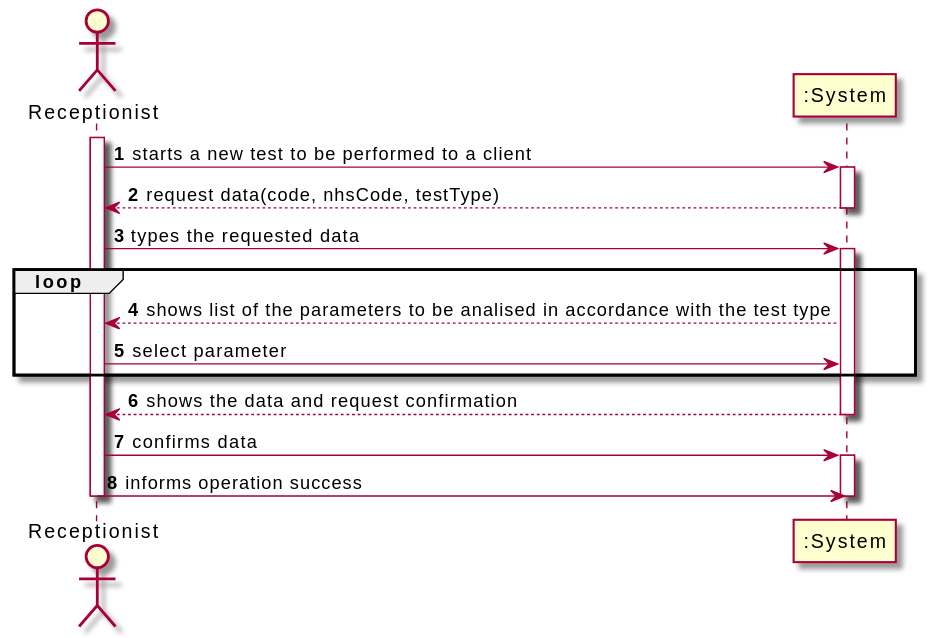
Before: docs/SprintC/US4_RegisterTest/US004_SSD.svg, a diagram exported from PlantUML (Pedromaia26/LAPR2-ISEP). Source of this version:
```plantuml
@startuml
actor Receptionist as Adm
participant ":System" as System

autonumber
activate Adm
Adm -> System: starts a new test to be performed to a client
activate System
System --> Adm: request data(code, nhsCode, testType)
deactivate System
Adm -> System: types the requested data
activate System

loop
System --> Adm: shows list of the parameters to be analised in accordance with the test type
Adm -> System: select parameter
end

System --> Adm: shows the data and request confirmation
deactivate System
Adm -> System: confirms data
activate System
Adm -> System: informs operation success
deactivate System
deactivate Adm
@enduml
```
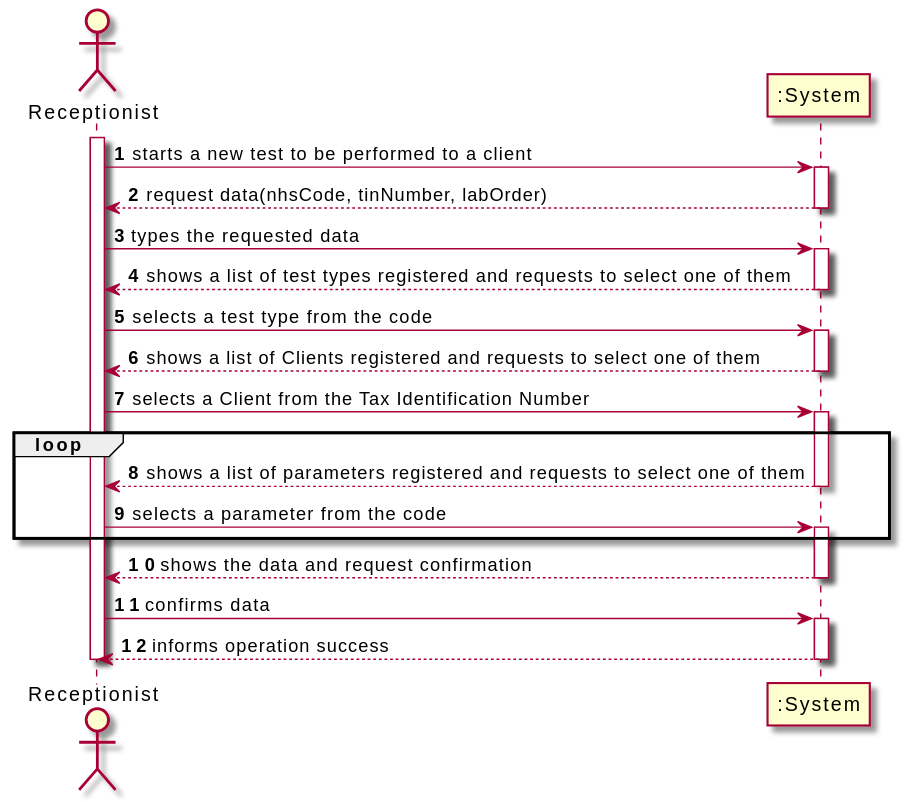
Later version of the same file.

Change to the diagram source:
```diff
@@ -6,21 +6,31 @@
 activate Adm
 Adm -> System: starts a new test to be performed to a client
 activate System
-System --> Adm: request data(code, nhsCode, testType)
+System --> Adm: request data(nhsCode, tinNumber, labOrder)
 deactivate System
 Adm -> System: types the requested data
 activate System
-
+System --> Adm: shows a list of test types registered and requests to select one of them
+deactivate System
+Adm -> System: selects a test type from the code
+activate System
+System --> Adm: shows a list of Clients registered and requests to select one of them
+deactivate System
+Adm -> System: selects a Client from the Tax Identification Number
 loop
-System --> Adm: shows list of the parameters to be analised in accordance with the test type
-Adm -> System: select parameter
+activate System
+System --> Adm: shows a list of parameters registered and requests to select one of them
+deactivate System
+Adm -> System: selects a parameter from the code
+activate System
 end
 
 System --> Adm: shows the data and request confirmation
 deactivate System
 Adm -> System: confirms data
 activate System
-Adm -> System: informs operation success
+System --> Adm: informs operation success
 deactivate System
+
 deactivate Adm
 @enduml
```
